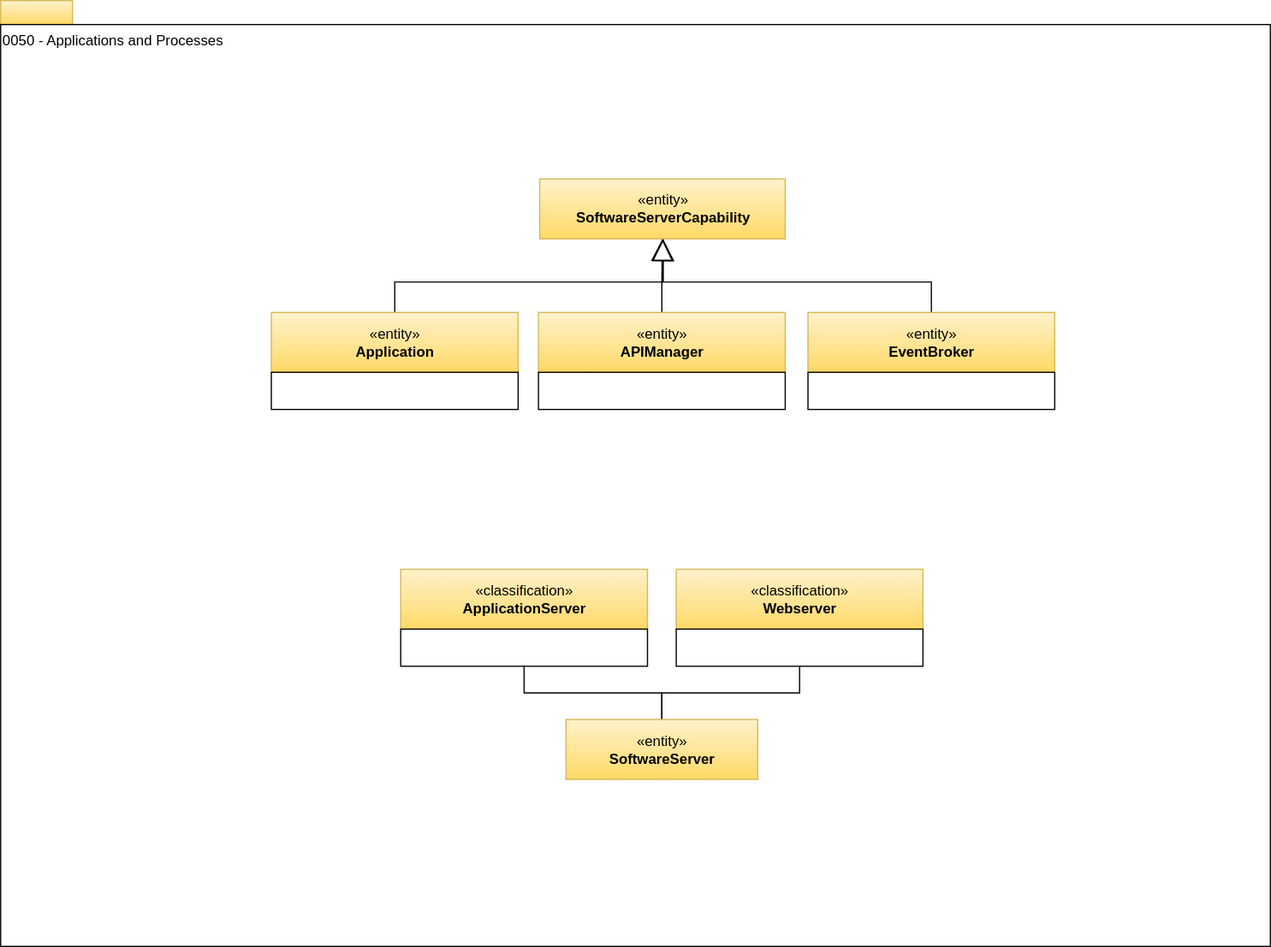
Before: site/docs/types/0/0050-applications-and-processes.svg, a diagram exported from draw.io (odpi/egeria-docs). Source tidied: cells renumbered, new cells last; positions are measured from the earlier drawing's top-left corner, leaving out a move shared by most shapes. The source it was exported from:
```xml
<mxGraphModel>
  <root>
    <mxCell id="0" />
    <mxCell id="1" parent="0" />
    <mxCell id="2" style="rounded=0;whiteSpace=wrap;html=1;align=left;fillColor=#fff2cc;strokeColor=#d6b656;gradientColor=#ffd966;" parent="1" vertex="1">
      <mxGeometry width="60" height="20" as="geometry" />
    </mxCell>
    <mxCell id="3" value="0050 - Applications and Processes" style="rounded=0;whiteSpace=wrap;html=1;align=left;verticalAlign=top;" parent="1" vertex="1">
      <mxGeometry y="20" width="1060" height="770" as="geometry" />
    </mxCell>
    <mxCell id="4" style="edgeStyle=orthogonalEdgeStyle;rounded=0;jettySize=auto;html=1;endArrow=block;endFill=0;endSize=16;" parent="1" edge="1" source="5" target="7">
      <mxGeometry relative="1" as="geometry">
        <Array as="points">
          <mxPoint x="329" y="235" />
          <mxPoint x="553" y="235" />
        </Array>
      </mxGeometry>
    </mxCell>
    <mxCell id="5" value="«entity»&lt;br&gt;&lt;b&gt;Application&lt;/b&gt;" style="html=1;strokeColor=#d6b656;align=center;fillColor=#fff2cc;gradientColor=#ffd966;" parent="1" vertex="1">
      <mxGeometry x="226" y="260.5" width="206" height="50" as="geometry" />
    </mxCell>
    <mxCell id="6" style="rounded=0;whiteSpace=wrap;html=1;strokeColor=#000000;gradientColor=#ffffff;align=center;" parent="1" vertex="1">
      <mxGeometry x="226" y="310.5" width="206" height="31" as="geometry" />
    </mxCell>
    <mxCell id="7" value="«entity»&lt;br&gt;&lt;b&gt;SoftwareServerCapability&lt;/b&gt;" style="html=1;strokeColor=#d6b656;align=center;fillColor=#fff2cc;gradientColor=#ffd966;" parent="1" vertex="1">
      <mxGeometry x="450" y="149" width="205" height="50" as="geometry" />
    </mxCell>
    <mxCell id="8" value="«classification»&lt;br&gt;&lt;b&gt;Webserver&lt;/b&gt;" style="html=1;strokeColor=#d6b656;align=center;fillColor=#fff2cc;gradientColor=#ffd966;" parent="1" vertex="1">
      <mxGeometry x="564" y="475" width="206" height="50" as="geometry" />
    </mxCell>
    <mxCell id="9" style="edgeStyle=orthogonalEdgeStyle;rounded=0;html=1;exitX=0.5;exitY=1;endArrow=none;endFill=0;jettySize=auto;" parent="1" edge="1" source="10" target="14">
      <mxGeometry relative="1" as="geometry" />
    </mxCell>
    <mxCell id="10" style="rounded=0;whiteSpace=wrap;html=1;strokeColor=#000000;gradientColor=#ffffff;align=center;" parent="1" vertex="1">
      <mxGeometry x="564" y="525" width="206" height="31" as="geometry" />
    </mxCell>
    <mxCell id="11" value="«classification»&lt;br&gt;&lt;b&gt;ApplicationServer&lt;/b&gt;" style="html=1;strokeColor=#d6b656;align=center;fillColor=#fff2cc;gradientColor=#ffd966;" parent="1" vertex="1">
      <mxGeometry x="334" y="475" width="206" height="50" as="geometry" />
    </mxCell>
    <mxCell id="12" style="edgeStyle=orthogonalEdgeStyle;rounded=0;html=1;exitX=0.5;exitY=1;endArrow=none;endFill=0;jettySize=auto;" parent="1" edge="1" source="13" target="14">
      <mxGeometry relative="1" as="geometry" />
    </mxCell>
    <mxCell id="13" style="rounded=0;whiteSpace=wrap;html=1;strokeColor=#000000;gradientColor=#ffffff;align=center;" parent="1" vertex="1">
      <mxGeometry x="334" y="525" width="206" height="31" as="geometry" />
    </mxCell>
    <mxCell id="14" value="«entity»&lt;br&gt;&lt;b&gt;SoftwareServer&lt;/b&gt;" style="html=1;strokeColor=#d6b656;align=center;fillColor=#fff2cc;gradientColor=#ffd966;" parent="1" vertex="1">
      <mxGeometry x="472" y="600.5" width="160" height="50" as="geometry" />
    </mxCell>
    <mxCell id="15" style="edgeStyle=orthogonalEdgeStyle;rounded=0;jettySize=auto;html=1;endArrow=block;endFill=0;endSize=16;" parent="1" edge="1" source="16" target="7">
      <mxGeometry relative="1" as="geometry" />
    </mxCell>
    <mxCell id="16" value="«entity»&lt;br&gt;&lt;b&gt;APIManager&lt;/b&gt;" style="html=1;strokeColor=#d6b656;align=center;fillColor=#fff2cc;gradientColor=#ffd966;" parent="1" vertex="1">
      <mxGeometry x="449" y="260.5" width="206" height="50" as="geometry" />
    </mxCell>
    <mxCell id="17" style="rounded=0;whiteSpace=wrap;html=1;strokeColor=#000000;gradientColor=#ffffff;align=center;" parent="1" vertex="1">
      <mxGeometry x="449" y="310.5" width="206" height="31" as="geometry" />
    </mxCell>
    <mxCell id="18" style="edgeStyle=orthogonalEdgeStyle;rounded=0;jettySize=auto;html=1;endArrow=block;endFill=0;endSize=16;" parent="1" edge="1" source="19" target="7">
      <mxGeometry relative="1" as="geometry">
        <Array as="points">
          <mxPoint x="777" y="235" />
          <mxPoint x="553" y="235" />
        </Array>
      </mxGeometry>
    </mxCell>
    <mxCell id="19" value="«entity»&lt;br&gt;&lt;b&gt;EventBroker&lt;/b&gt;" style="html=1;strokeColor=#d6b656;align=center;fillColor=#fff2cc;gradientColor=#ffd966;" parent="1" vertex="1">
      <mxGeometry x="674" y="260.5" width="206" height="50" as="geometry" />
    </mxCell>
    <mxCell id="20" style="rounded=0;whiteSpace=wrap;html=1;strokeColor=#000000;gradientColor=#ffffff;align=center;" parent="1" vertex="1">
      <mxGeometry x="674" y="310.5" width="206" height="31" as="geometry" />
    </mxCell>
  </root>
</mxGraphModel>
```
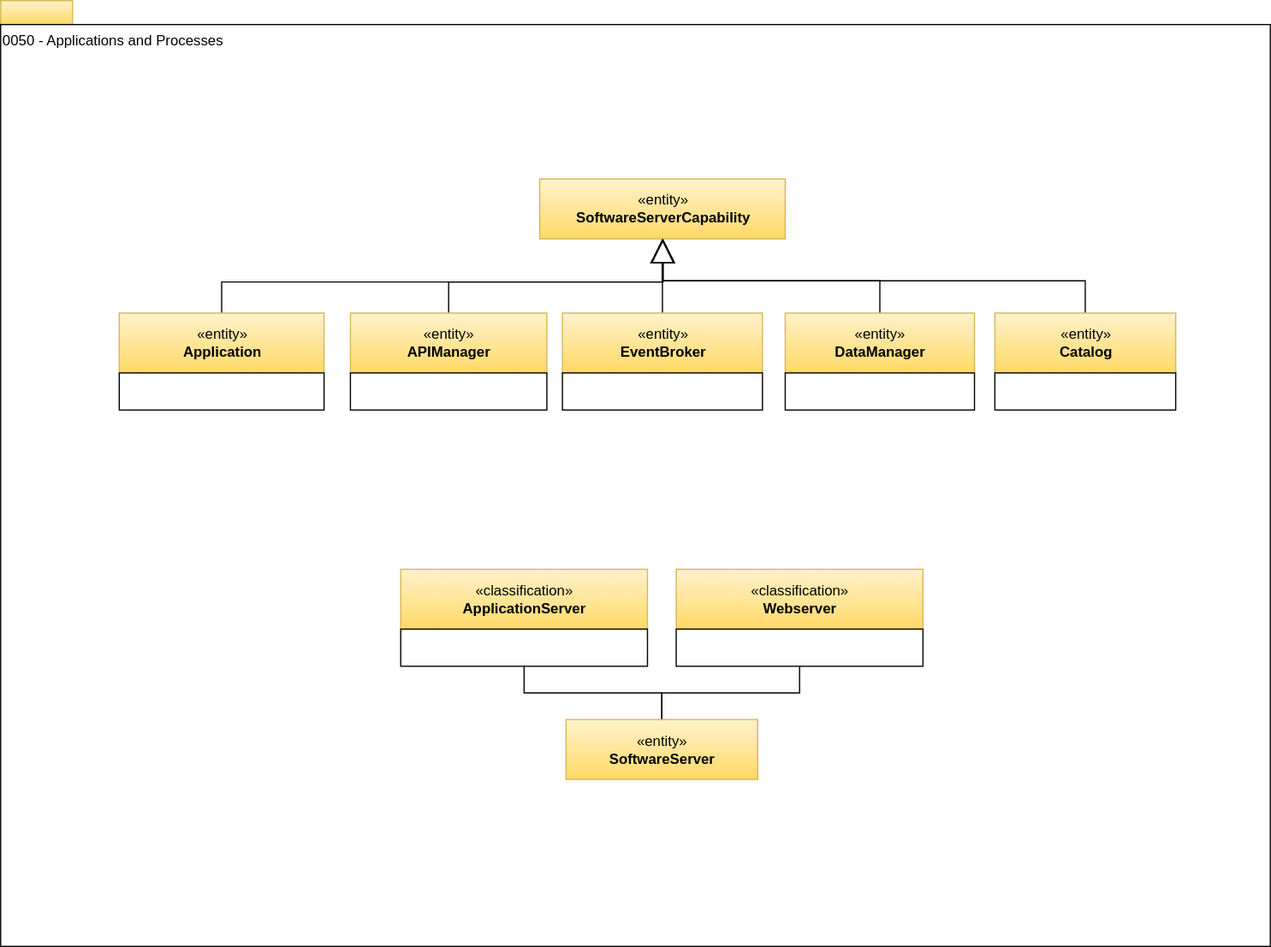
Later version of the same file.

Diff of the diagram source:
```diff
@@ -8,19 +8,19 @@
     <mxCell id="3" value="0050 - Applications and Processes" style="rounded=0;whiteSpace=wrap;html=1;align=left;verticalAlign=top;" parent="1" vertex="1">
       <mxGeometry y="20" width="1060" height="770" as="geometry" />
     </mxCell>
-    <mxCell id="4" style="edgeStyle=orthogonalEdgeStyle;rounded=0;jettySize=auto;html=1;endArrow=block;endFill=0;endSize=16;" parent="1" edge="1" source="5" target="7">
+    <mxCell id="4" style="edgeStyle=orthogonalEdgeStyle;rounded=0;jettySize=auto;html=1;entryX=0.5;entryY=1;entryDx=0;entryDy=0;endArrow=block;endFill=0;endSize=18;strokeWidth=1;" parent="1" edge="1" source="5" target="7">
       <mxGeometry relative="1" as="geometry">
         <Array as="points">
-          <mxPoint x="329" y="235" />
+          <mxPoint x="185" y="235" />
           <mxPoint x="553" y="235" />
         </Array>
       </mxGeometry>
     </mxCell>
     <mxCell id="5" value="«entity»&lt;br&gt;&lt;b&gt;Application&lt;/b&gt;" style="html=1;strokeColor=#d6b656;align=center;fillColor=#fff2cc;gradientColor=#ffd966;" parent="1" vertex="1">
-      <mxGeometry x="226" y="260.5" width="206" height="50" as="geometry" />
+      <mxGeometry x="99" y="261" width="171" height="50" as="geometry" />
     </mxCell>
     <mxCell id="6" style="rounded=0;whiteSpace=wrap;html=1;strokeColor=#000000;gradientColor=#ffffff;align=center;" parent="1" vertex="1">
-      <mxGeometry x="226" y="310.5" width="206" height="31" as="geometry" />
+      <mxGeometry x="99" y="311" width="171" height="31" as="geometry" />
     </mxCell>
     <mxCell id="7" value="«entity»&lt;br&gt;&lt;b&gt;SoftwareServerCapability&lt;/b&gt;" style="html=1;strokeColor=#d6b656;align=center;fillColor=#fff2cc;gradientColor=#ffd966;" parent="1" vertex="1">
       <mxGeometry x="450" y="149" width="205" height="50" as="geometry" />
@@ -46,28 +46,56 @@
     <mxCell id="14" value="«entity»&lt;br&gt;&lt;b&gt;SoftwareServer&lt;/b&gt;" style="html=1;strokeColor=#d6b656;align=center;fillColor=#fff2cc;gradientColor=#ffd966;" parent="1" vertex="1">
       <mxGeometry x="472" y="600.5" width="160" height="50" as="geometry" />
     </mxCell>
-    <mxCell id="15" style="edgeStyle=orthogonalEdgeStyle;rounded=0;jettySize=auto;html=1;endArrow=block;endFill=0;endSize=16;" parent="1" edge="1" source="16" target="7">
-      <mxGeometry relative="1" as="geometry" />
+    <mxCell id="15" style="edgeStyle=orthogonalEdgeStyle;rounded=0;jettySize=auto;html=1;endArrow=block;endFill=0;endSize=18;strokeWidth=1;" parent="1" edge="1" source="16" target="7">
+      <mxGeometry relative="1" as="geometry">
+        <Array as="points">
+          <mxPoint x="374" y="235" />
+          <mxPoint x="553" y="235" />
+        </Array>
+      </mxGeometry>
     </mxCell>
     <mxCell id="16" value="«entity»&lt;br&gt;&lt;b&gt;APIManager&lt;/b&gt;" style="html=1;strokeColor=#d6b656;align=center;fillColor=#fff2cc;gradientColor=#ffd966;" parent="1" vertex="1">
-      <mxGeometry x="449" y="260.5" width="206" height="50" as="geometry" />
+      <mxGeometry x="292" y="261" width="164" height="50" as="geometry" />
     </mxCell>
     <mxCell id="17" style="rounded=0;whiteSpace=wrap;html=1;strokeColor=#000000;gradientColor=#ffffff;align=center;" parent="1" vertex="1">
-      <mxGeometry x="449" y="310.5" width="206" height="31" as="geometry" />
+      <mxGeometry x="292" y="311" width="164" height="31" as="geometry" />
     </mxCell>
-    <mxCell id="18" style="edgeStyle=orthogonalEdgeStyle;rounded=0;jettySize=auto;html=1;endArrow=block;endFill=0;endSize=16;" parent="1" edge="1" source="19" target="7">
-      <mxGeometry relative="1" as="geometry">
-        <Array as="points">
-          <mxPoint x="777" y="235" />
-          <mxPoint x="553" y="235" />
-        </Array>
-      </mxGeometry>
+    <mxCell id="18" style="edgeStyle=orthogonalEdgeStyle;rounded=0;jettySize=auto;html=1;endArrow=block;endFill=0;endSize=18;strokeWidth=1;" parent="1" edge="1" source="19" target="7">
+      <mxGeometry relative="1" as="geometry" />
     </mxCell>
     <mxCell id="19" value="«entity»&lt;br&gt;&lt;b&gt;EventBroker&lt;/b&gt;" style="html=1;strokeColor=#d6b656;align=center;fillColor=#fff2cc;gradientColor=#ffd966;" parent="1" vertex="1">
-      <mxGeometry x="674" y="260.5" width="206" height="50" as="geometry" />
+      <mxGeometry x="469" y="261" width="167" height="50" as="geometry" />
     </mxCell>
     <mxCell id="20" style="rounded=0;whiteSpace=wrap;html=1;strokeColor=#000000;gradientColor=#ffffff;align=center;" parent="1" vertex="1">
-      <mxGeometry x="674" y="310.5" width="206" height="31" as="geometry" />
+      <mxGeometry x="469" y="311" width="167" height="31" as="geometry" />
     </mxCell>
+    <mxCell id="21" style="edgeStyle=orthogonalEdgeStyle;rounded=0;jettySize=auto;html=1;endArrow=block;endFill=0;endSize=18;strokeWidth=1;" parent="1" edge="1" source="22" target="7">
+      <mxGeometry relative="1" as="geometry">
+        <Array as="points">
+          <mxPoint x="734" y="234" />
+          <mxPoint x="553" y="234" />
+        </Array>
+      </mxGeometry>
+    </mxCell>
+    <mxCell id="22" value="«entity»&lt;br&gt;&lt;b&gt;DataManager&lt;/b&gt;" style="html=1;strokeColor=#d6b656;align=center;fillColor=#fff2cc;gradientColor=#ffd966;" parent="1" vertex="1">
+      <mxGeometry x="655" y="261" width="158" height="50" as="geometry" />
+    </mxCell>
+    <mxCell id="23" style="rounded=0;whiteSpace=wrap;html=1;strokeColor=#000000;gradientColor=#ffffff;align=center;" parent="1" vertex="1">
+      <mxGeometry x="655" y="311" width="158" height="31" as="geometry" />
+    </mxCell>
+    <mxCell id="24" style="edgeStyle=orthogonalEdgeStyle;rounded=0;jettySize=auto;html=1;entryX=0.5;entryY=1;entryDx=0;entryDy=0;endArrow=block;endFill=0;endSize=18;strokeWidth=1;" parent="1" edge="1" source="25" target="7">
+      <mxGeometry relative="1" as="geometry">
+        <Array as="points">
+          <mxPoint x="906" y="234" />
+          <mxPoint x="553" y="234" />
+        </Array>
+      </mxGeometry>
+    </mxCell>
+    <mxCell id="25" value="«entity»&lt;br&gt;&lt;b&gt;Catalog&lt;/b&gt;" style="html=1;strokeColor=#d6b656;align=center;fillColor=#fff2cc;gradientColor=#ffd966;" parent="1" vertex="1">
+      <mxGeometry x="830" y="261" width="151" height="50" as="geometry" />
+    </mxCell>
+    <mxCell id="26" style="rounded=0;whiteSpace=wrap;html=1;strokeColor=#000000;gradientColor=#ffffff;align=center;" parent="1" vertex="1">
+      <mxGeometry x="830" y="311" width="151" height="31" as="geometry" />
+    </mxCell>
   </root>
 </mxGraphModel>
```
